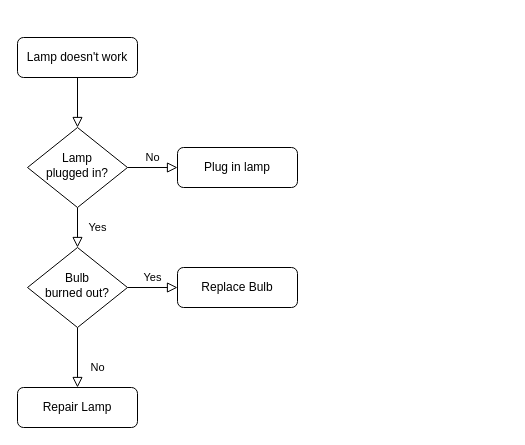
This is Untitled Diagram.drawio from mrippolito1/mrippolito1, a draw.io file, before an edit. Source tidied: cells renumbered, new cells numbered last; positions are measured from the earlier drawing's top-left corner, leaving out a move shared by most shapes. Both pictures are drawn from the tidied source at 100%, with x=0, y=0 at pixel (17, 37).
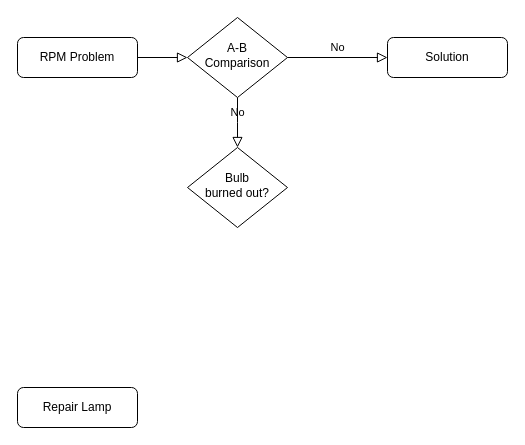
The same diagram, later.

Diff of the diagram source:
```diff
@@
 <mxGraphModel>
   <root>
     <mxCell id="0" />
     <mxCell id="1" parent="0" />
     <mxCell id="2" style="rounded=0;html=1;jettySize=auto;fontSize=11;endArrow=block;endFill=0;endSize=8;strokeWidth=1;shadow=0;labelBackgroundColor=none;edgeStyle=orthogonalEdgeStyle;" parent="1" edge="1" source="3" target="6">
       <mxGeometry relative="1" as="geometry" />
     </mxCell>
-    <mxCell id="3" value="Lamp doesn't work" style="rounded=1;whiteSpace=wrap;html=1;fontSize=12;glass=0;strokeWidth=1;shadow=0;" parent="1" vertex="1">
+    <mxCell id="3" value="RPM Problem" style="rounded=1;whiteSpace=wrap;html=1;fontSize=12;glass=0;strokeWidth=1;shadow=0;" parent="1" vertex="1">
       <mxGeometry width="120" height="40" as="geometry" />
     </mxCell>
-    <mxCell id="4" value="Yes" style="rounded=0;html=1;jettySize=auto;fontSize=11;endArrow=block;endFill=0;endSize=8;strokeWidth=1;shadow=0;labelBackgroundColor=none;edgeStyle=orthogonalEdgeStyle;" parent="1" edge="1" source="6" target="10">
-      <mxGeometry y="20" relative="1" as="geometry" />
-    </mxCell>
-    <mxCell id="5" value="No" style="edgeStyle=orthogonalEdgeStyle;rounded=0;html=1;jettySize=auto;fontSize=11;endArrow=block;endFill=0;endSize=8;strokeWidth=1;shadow=0;labelBackgroundColor=none;" parent="1" edge="1" source="6" target="7">
-      <mxGeometry y="10" relative="1" as="geometry" />
+    <mxCell id="5" value="No" style="edgeStyle=orthogonalEdgeStyle;rounded=0;html=1;jettySize=auto;fontSize=11;endArrow=block;endFill=0;endSize=8;strokeWidth=1;shadow=0;labelBackgroundColor=none;" parent="1" edge="1" source="6">
+      <mxGeometry y="10" relative="1" as="geometry">
+        <mxPoint x="220" y="110" as="targetPoint" />
+      </mxGeometry>
     </mxCell>
-    <mxCell id="6" value="Lamp&lt;br&gt;plugged in?" style="rhombus;whiteSpace=wrap;html=1;shadow=0;fontFamily=Helvetica;fontSize=12;align=center;strokeWidth=1;spacing=6;spacingTop=-4;" parent="1" vertex="1">
-      <mxGeometry x="10" y="90" width="100" height="80" as="geometry" />
+    <mxCell id="6" value="A-B&lt;br&gt;Comparison" style="rhombus;whiteSpace=wrap;html=1;shadow=0;fontFamily=Helvetica;fontSize=12;align=center;strokeWidth=1;spacing=6;spacingTop=-4;" parent="1" vertex="1">
+      <mxGeometry x="170" y="-20" width="100" height="80" as="geometry" />
     </mxCell>
-    <mxCell id="7" value="Plug in lamp" style="rounded=1;whiteSpace=wrap;html=1;fontSize=12;glass=0;strokeWidth=1;shadow=0;" parent="1" vertex="1">
-      <mxGeometry x="160" y="110" width="120" height="40" as="geometry" />
-    </mxCell>
-    <mxCell id="8" value="No" style="rounded=0;html=1;jettySize=auto;fontSize=11;endArrow=block;endFill=0;endSize=8;strokeWidth=1;shadow=0;labelBackgroundColor=none;edgeStyle=orthogonalEdgeStyle;" parent="1" edge="1" source="10" target="11">
-      <mxGeometry x="0.33" y="20" relative="1" as="geometry" />
-    </mxCell>
-    <mxCell id="9" value="Yes" style="edgeStyle=orthogonalEdgeStyle;rounded=0;html=1;jettySize=auto;fontSize=11;endArrow=block;endFill=0;endSize=8;strokeWidth=1;shadow=0;labelBackgroundColor=none;" parent="1" edge="1" source="10" target="12">
-      <mxGeometry y="10" relative="1" as="geometry" />
-    </mxCell>
     <mxCell id="10" value="Bulb&lt;br&gt;burned out?" style="rhombus;whiteSpace=wrap;html=1;shadow=0;fontFamily=Helvetica;fontSize=12;align=center;strokeWidth=1;spacing=6;spacingTop=-4;" parent="1" vertex="1">
-      <mxGeometry x="10" y="210" width="100" height="80" as="geometry" />
+      <mxGeometry x="170" y="110" width="100" height="80" as="geometry" />
     </mxCell>
     <mxCell id="11" value="Repair Lamp" style="rounded=1;whiteSpace=wrap;html=1;fontSize=12;glass=0;strokeWidth=1;shadow=0;" parent="1" vertex="1">
       <mxGeometry y="350" width="120" height="40" as="geometry" />
     </mxCell>
-    <mxCell id="12" value="Replace Bulb" style="rounded=1;whiteSpace=wrap;html=1;fontSize=12;glass=0;strokeWidth=1;shadow=0;" parent="1" vertex="1">
-      <mxGeometry x="160" y="230" width="120" height="40" as="geometry" />
+    <mxCell id="12" value="Solution" style="rounded=1;whiteSpace=wrap;html=1;fontSize=12;glass=0;strokeWidth=1;shadow=0;" parent="1" vertex="1">
+      <mxGeometry x="370" width="120" height="40" as="geometry" />
     </mxCell>
+    <mxCell id="8" value="No" style="edgeStyle=orthogonalEdgeStyle;rounded=0;html=1;jettySize=auto;fontSize=11;endArrow=block;endFill=0;endSize=8;strokeWidth=1;shadow=0;labelBackgroundColor=none;exitX=1;exitY=0.5;exitDx=0;exitDy=0;" parent="1" edge="1" source="6">
+      <mxGeometry y="10" relative="1" as="geometry">
+        <mxPoint x="370" y="20" as="targetPoint" />
+        <Array as="points">
+          <mxPoint x="360" y="20" />
+          <mxPoint x="360" y="20" />
+        </Array>
+      </mxGeometry>
+    </mxCell>
   </root>
 </mxGraphModel>
```
